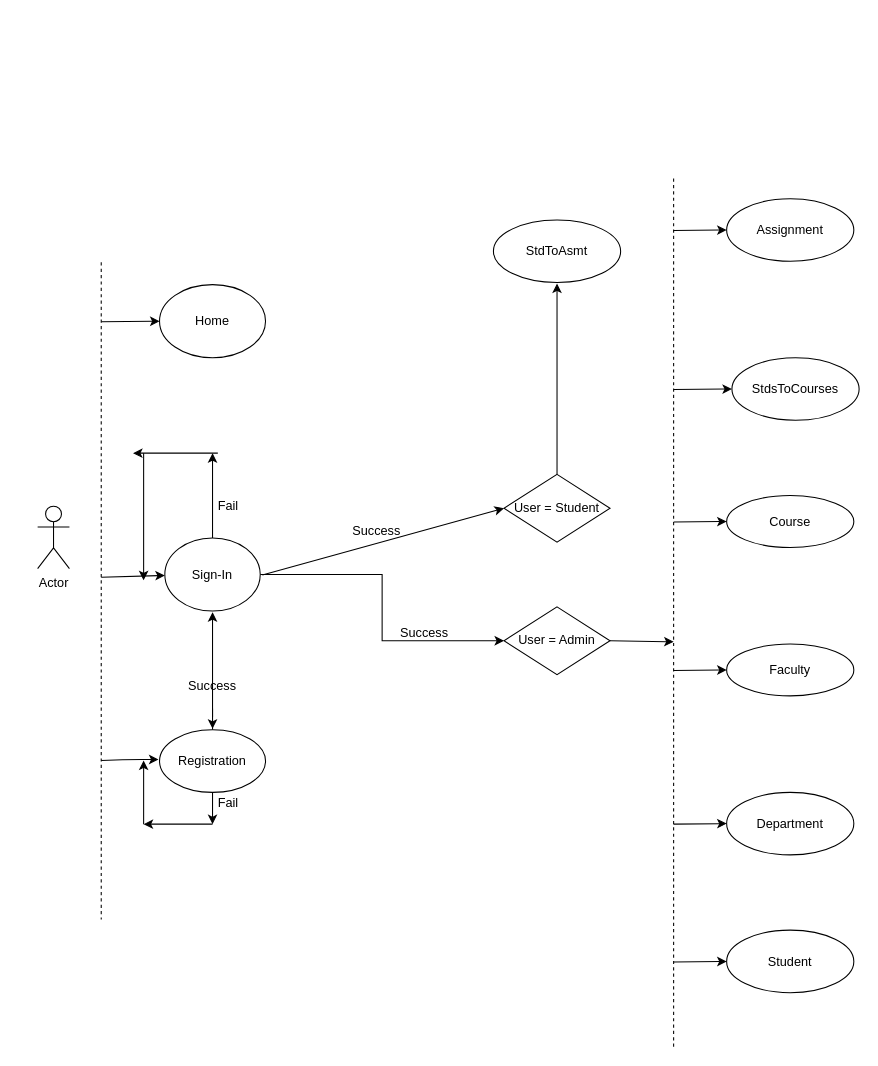
Earlier version of the draw.io diagram Diagrams/System Dia.drawio (chicupatel-developer/University-Admin). Source tidied: cells renumbered, new cells numbered last; positions are measured from the earlier drawing's top-left corner, leaving out a move shared by most shapes. Both pictures are drawn from the tidied source at 106%, with x=0, y=0 at pixel (37, 177).
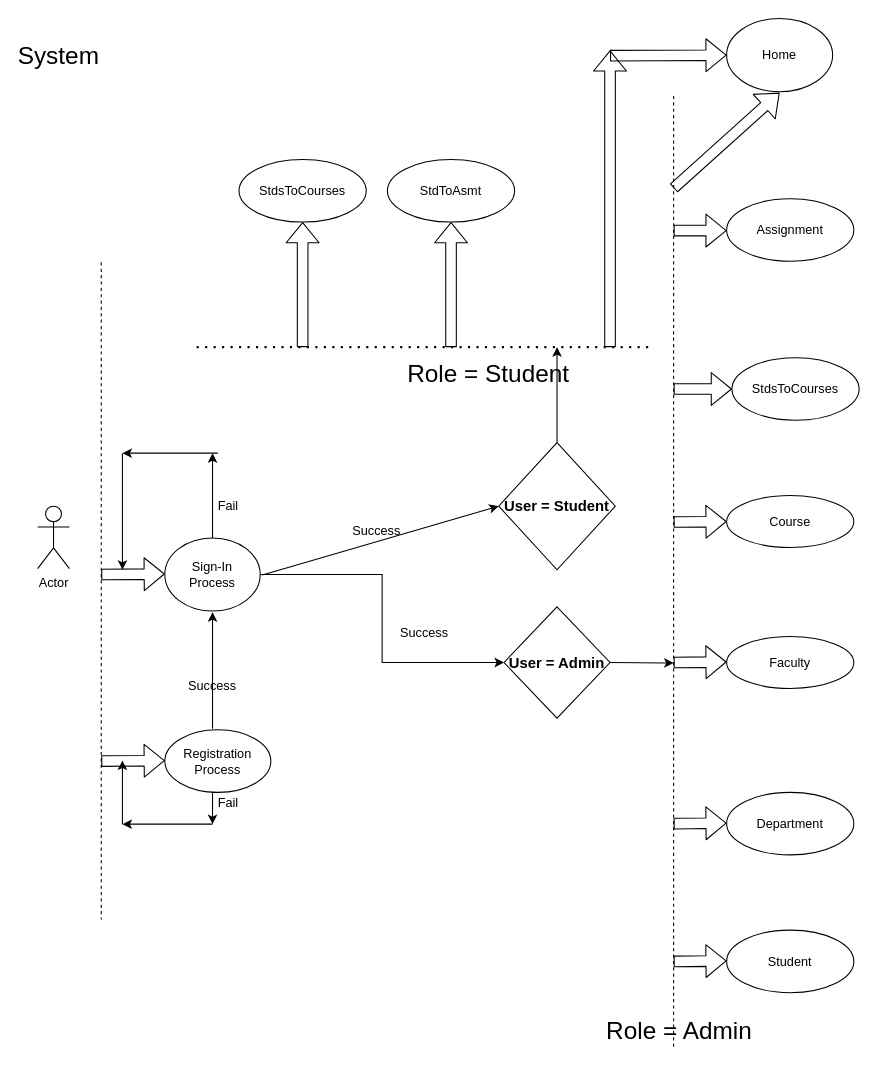
The same diagram, later.

The change refers to these unchanged cells:
```xml
<mxCell id="5" value="Course" style="ellipse;whiteSpace=wrap;html=1;" parent="1" vertex="1">
  <mxGeometry x="650" y="300" width="120" height="49" as="geometry" />
</mxCell>
<mxCell id="6" value="Student" style="ellipse;whiteSpace=wrap;html=1;" parent="1" vertex="1">
  <mxGeometry x="650" y="710" width="120" height="59" as="geometry" />
</mxCell>
<mxCell id="13" value="Department" style="ellipse;whiteSpace=wrap;html=1;" parent="1" vertex="1">
  <mxGeometry x="650" y="580" width="120" height="59" as="geometry" />
</mxCell>
<mxCell id="15" value="Assignment" style="ellipse;whiteSpace=wrap;html=1;" parent="1" vertex="1">
  <mxGeometry x="650" y="20" width="120" height="59" as="geometry" />
</mxCell>
<mxCell id="16" value="StdsToCourses" style="ellipse;whiteSpace=wrap;html=1;" parent="1" vertex="1">
  <mxGeometry x="655" y="170" width="120" height="59" as="geometry" />
</mxCell>
```

What changed in the source:
```diff
@@
-    <mxCell id="3" value="Sign-In" style="ellipse;whiteSpace=wrap;html=1;" parent="1" vertex="1">
+    <mxCell id="3" value="Sign-In&lt;br&gt;Process" style="ellipse;whiteSpace=wrap;html=1;" parent="1" vertex="1">
       <mxGeometry x="120" y="340" width="90" height="69" as="geometry" />
     </mxCell>
     <mxCell id="4" value="Faculty" style="ellipse;whiteSpace=wrap;html=1;" parent="1" vertex="1">
-      <mxGeometry x="650" y="440" width="120" height="49" as="geometry" />
+      <mxGeometry x="650" y="433" width="120" height="49" as="geometry" />
     </mxCell>
@@
-    <mxCell id="7" style="edgeStyle=orthogonalEdgeStyle;rounded=0;jettySize=auto;html=1;" parent="1" edge="1" source="9">
-      <mxGeometry relative="1" as="geometry">
-        <mxPoint x="165" y="520" as="targetPoint" />
-      </mxGeometry>
-    </mxCell>
@@
-    <mxCell id="9" value="Registration" style="ellipse;whiteSpace=wrap;html=1;" parent="1" vertex="1">
-      <mxGeometry x="115" y="521" width="100" height="59" as="geometry" />
+    <mxCell id="9" value="Registration&lt;br&gt;Process" style="ellipse;whiteSpace=wrap;html=1;" parent="1" vertex="1">
+      <mxGeometry x="120" y="521" width="100" height="59" as="geometry" />
     </mxCell>
     <mxCell id="10" value="Home" style="ellipse;whiteSpace=wrap;html=1;" parent="1" vertex="1">
-      <mxGeometry x="115" y="101" width="100" height="69" as="geometry" />
+      <mxGeometry x="650" y="-150" width="100" height="69" as="geometry" />
     </mxCell>
@@
     <mxCell id="12" style="endArrow=none;dashed=1;html=1;" parent="1" edge="1">
       <mxGeometry relative="1" as="geometry">
         <mxPoint x="600" y="820" as="sourcePoint" />
-        <mxPoint x="600" as="targetPoint" />
+        <mxPoint x="600" y="-80" as="targetPoint" />
       </mxGeometry>
     </mxCell>
@@
     <mxCell id="14" value="StdToAsmt" style="ellipse;whiteSpace=wrap;html=1;" parent="1" vertex="1">
-      <mxGeometry x="430" y="40" width="120" height="59" as="geometry" />
+      <mxGeometry x="330" y="-17" width="120" height="59" as="geometry" />
     </mxCell>
@@
-    <mxCell id="17" value="User = Admin" style="rhombus;whiteSpace=wrap;html=1;" parent="1" vertex="1">
-      <mxGeometry x="440" y="405" width="100" height="64" as="geometry" />
+    <mxCell id="17" value="&lt;b&gt;&lt;font style=&quot;font-size: 14px&quot;&gt;User = Admin&lt;/font&gt;&lt;/b&gt;" style="rhombus;whiteSpace=wrap;html=1;" parent="1" vertex="1">
+      <mxGeometry x="440" y="405" width="100" height="105" as="geometry" />
     </mxCell>
-    <mxCell id="18" style="edgeStyle=orthogonalEdgeStyle;rounded=0;jettySize=auto;html=1;exitX=0.5;exitY=0;exitDx=0;exitDy=0;" parent="1" edge="1" source="19">
-      <mxGeometry relative="1" as="geometry">
-        <mxPoint x="490" y="100" as="targetPoint" />
-      </mxGeometry>
-    </mxCell>
+    <mxCell id="43" style="edgeStyle=orthogonalEdgeStyle;rounded=0;jettySize=auto;html=1;fontSize=23;" parent="1" edge="1" source="19">
+      <mxGeometry relative="1" as="geometry">
+        <mxPoint x="490" y="160" as="targetPoint" />
+      </mxGeometry>
+    </mxCell>
-    <mxCell id="19" value="User = Student" style="rhombus;whiteSpace=wrap;html=1;" parent="1" vertex="1">
-      <mxGeometry x="440" y="280" width="100" height="64" as="geometry" />
+    <mxCell id="19" value="&lt;font style=&quot;font-size: 14px&quot;&gt;&lt;b&gt;User = Student&lt;/b&gt;&lt;/font&gt;" style="rhombus;whiteSpace=wrap;html=1;" parent="1" vertex="1">
+      <mxGeometry x="435" y="250" width="110" height="120" as="geometry" />
     </mxCell>
-    <mxCell id="20" style="endArrow=classic;html=1;exitX=1;exitY=0.5;exitDx=0;exitDy=0;" parent="1" edge="1" source="17">
-      <mxGeometry relative="1" as="geometry">
-        <mxPoint x="600" y="438" as="targetPoint" />
-      </mxGeometry>
-    </mxCell>
-    <mxCell id="21" style="endArrow=classic;html=1;entryX=0;entryY=0.5;entryDx=0;entryDy=0;" parent="1" edge="1" target="15">
-      <mxGeometry relative="1" as="geometry">
-        <mxPoint x="600" y="50" as="sourcePoint" />
-      </mxGeometry>
-    </mxCell>
-    <mxCell id="22" style="endArrow=classic;html=1;entryX=0;entryY=0.5;entryDx=0;entryDy=0;" parent="1" edge="1" target="16">
-      <mxGeometry relative="1" as="geometry">
-        <mxPoint x="600" y="200" as="sourcePoint" />
-      </mxGeometry>
-    </mxCell>
-    <mxCell id="23" style="endArrow=classic;html=1;entryX=0;entryY=0.5;entryDx=0;entryDy=0;" parent="1" edge="1" target="5">
-      <mxGeometry relative="1" as="geometry">
-        <mxPoint x="600" y="325" as="sourcePoint" />
-      </mxGeometry>
-    </mxCell>
-    <mxCell id="24" style="endArrow=classic;html=1;entryX=0;entryY=0.5;entryDx=0;entryDy=0;" parent="1" edge="1" target="4">
-      <mxGeometry relative="1" as="geometry">
-        <mxPoint x="600" y="465" as="sourcePoint" />
-      </mxGeometry>
-    </mxCell>
-    <mxCell id="25" style="endArrow=classic;html=1;entryX=0;entryY=0.5;entryDx=0;entryDy=0;" parent="1" edge="1" target="13">
-      <mxGeometry relative="1" as="geometry">
-        <mxPoint x="600" y="610" as="sourcePoint" />
-      </mxGeometry>
-    </mxCell>
-    <mxCell id="26" style="endArrow=classic;html=1;entryX=0;entryY=0.5;entryDx=0;entryDy=0;" parent="1" edge="1" target="6">
-      <mxGeometry relative="1" as="geometry">
-        <mxPoint x="600" y="740" as="sourcePoint" />
-      </mxGeometry>
-    </mxCell>
@@
-    <mxCell id="28" style="endArrow=classic;html=1;entryX=0;entryY=0.5;entryDx=0;entryDy=0;" parent="1" edge="1" target="10">
-      <mxGeometry relative="1" as="geometry">
-        <mxPoint x="60" y="136" as="sourcePoint" />
-      </mxGeometry>
-    </mxCell>
-    <mxCell id="29" style="endArrow=classic;html=1;" parent="1" edge="1" target="3">
-      <mxGeometry relative="1" as="geometry">
-        <mxPoint x="60" y="377" as="sourcePoint" />
-      </mxGeometry>
-    </mxCell>
@@
     <mxCell id="31" style="endArrow=classic;html=1;" parent="1" edge="1">
       <mxGeometry relative="1" as="geometry">
-        <mxPoint x="165" y="509" as="sourcePoint" />
+        <mxPoint x="165" y="520" as="sourcePoint" />
         <mxPoint x="165" y="410" as="targetPoint" />
       </mxGeometry>
     </mxCell>
-    <mxCell id="32" style="endArrow=classic;html=1;" parent="1" edge="1">
-      <mxGeometry relative="1" as="geometry">
-        <mxPoint x="60" y="550" as="sourcePoint" />
-        <mxPoint x="114" y="549" as="targetPoint" />
-        <Array as="points">
-          <mxPoint x="90" y="549" />
-        </Array>
-      </mxGeometry>
-    </mxCell>
@@
-    <mxCell id="38" style="endArrow=classic;html=1;" parent="1" edge="1">
-      <mxGeometry relative="1" as="geometry">
-        <mxPoint x="170" y="260" as="sourcePoint" />
-        <mxPoint x="90" y="260" as="targetPoint" />
-      </mxGeometry>
-    </mxCell>
-    <mxCell id="39" style="endArrow=classic;html=1;" parent="1" edge="1">
-      <mxGeometry relative="1" as="geometry">
-        <mxPoint x="100" y="260" as="sourcePoint" />
-        <mxPoint x="100" y="380" as="targetPoint" />
-      </mxGeometry>
-    </mxCell>
@@
-    <mxCell id="41" style="endArrow=classic;html=1;" parent="1" edge="1">
-      <mxGeometry relative="1" as="geometry">
-        <mxPoint x="100" y="610" as="sourcePoint" />
-        <mxPoint x="100" y="550" as="targetPoint" />
-      </mxGeometry>
-    </mxCell>
     <mxCell id="42" style="endArrow=classic;html=1;" parent="1" edge="1">
       <mxGeometry relative="1" as="geometry">
         <mxPoint x="165" y="610" as="sourcePoint" />
-        <mxPoint x="100" y="610" as="targetPoint" />
+        <mxPoint x="80" y="610" as="targetPoint" />
       </mxGeometry>
     </mxCell>
+    <mxCell id="44" style="shape=flexArrow;endArrow=classic;html=1;fontSize=23;entryX=0;entryY=0.5;entryDx=0;entryDy=0;" parent="1" edge="1">
+      <mxGeometry relative="1" as="geometry">
+        <mxPoint x="60" y="374.5" as="sourcePoint" />
+        <mxPoint x="120" y="374" as="targetPoint" />
+      </mxGeometry>
+    </mxCell>
+    <mxCell id="45" style="endArrow=classic;html=1;fontSize=23;" parent="1" edge="1">
+      <mxGeometry relative="1" as="geometry">
+        <mxPoint x="170" y="260" as="sourcePoint" />
+        <mxPoint x="80" y="260" as="targetPoint" />
+      </mxGeometry>
+    </mxCell>
+    <mxCell id="46" style="endArrow=classic;html=1;fontSize=23;" parent="1" edge="1">
+      <mxGeometry relative="1" as="geometry">
+        <mxPoint x="80" y="260" as="sourcePoint" />
+        <mxPoint x="80" y="370" as="targetPoint" />
+      </mxGeometry>
+    </mxCell>
+    <mxCell id="47" style="shape=flexArrow;endArrow=classic;html=1;fontSize=23;entryX=0;entryY=0.5;entryDx=0;entryDy=0;" parent="1" edge="1">
+      <mxGeometry relative="1" as="geometry">
+        <mxPoint x="60" y="550.5" as="sourcePoint" />
+        <mxPoint x="120" y="550" as="targetPoint" />
+      </mxGeometry>
+    </mxCell>
+    <mxCell id="48" style="endArrow=classic;html=1;fontSize=23;" parent="1" edge="1">
+      <mxGeometry relative="1" as="geometry">
+        <mxPoint x="80" y="610" as="sourcePoint" />
+        <mxPoint x="80" y="550" as="targetPoint" />
+      </mxGeometry>
+    </mxCell>
+    <mxCell id="49" style="shape=flexArrow;endArrow=classic;html=1;fontSize=23;" parent="1" edge="1">
+      <mxGeometry relative="1" as="geometry">
+        <mxPoint x="600" y="50" as="sourcePoint" />
+        <mxPoint x="650" y="50" as="targetPoint" />
+      </mxGeometry>
+    </mxCell>
+    <mxCell id="50" style="shape=flexArrow;endArrow=classic;html=1;fontSize=23;entryX=0;entryY=0.5;entryDx=0;entryDy=0;" parent="1" edge="1" target="16">
+      <mxGeometry relative="1" as="geometry">
+        <mxPoint x="600" y="199.5" as="sourcePoint" />
+      </mxGeometry>
+    </mxCell>
+    <mxCell id="51" style="shape=flexArrow;endArrow=classic;html=1;fontSize=23;entryX=0;entryY=0.5;entryDx=0;entryDy=0;" parent="1" edge="1" target="5">
+      <mxGeometry relative="1" as="geometry">
+        <mxPoint x="600" y="325" as="sourcePoint" />
+      </mxGeometry>
+    </mxCell>
+    <mxCell id="52" style="shape=flexArrow;endArrow=classic;html=1;fontSize=23;" parent="1" edge="1">
+      <mxGeometry relative="1" as="geometry">
+        <mxPoint x="600" y="457.5" as="sourcePoint" />
+        <mxPoint x="650" y="457" as="targetPoint" />
+      </mxGeometry>
+    </mxCell>
+    <mxCell id="53" style="shape=flexArrow;endArrow=classic;html=1;fontSize=23;" parent="1" edge="1">
+      <mxGeometry relative="1" as="geometry">
+        <mxPoint x="600" y="609.5" as="sourcePoint" />
+        <mxPoint x="650" y="609" as="targetPoint" />
+      </mxGeometry>
+    </mxCell>
+    <mxCell id="54" style="shape=flexArrow;endArrow=classic;html=1;fontSize=23;" parent="1" edge="1">
+      <mxGeometry relative="1" as="geometry">
+        <mxPoint x="600" y="739.5" as="sourcePoint" />
+        <mxPoint x="650" y="739" as="targetPoint" />
+      </mxGeometry>
+    </mxCell>
+    <mxCell id="55" style="endArrow=none;dashed=1;html=1;dashPattern=1 3;strokeWidth=2;fontSize=23;" parent="1" edge="1">
+      <mxGeometry relative="1" as="geometry">
+        <mxPoint x="150" y="160" as="sourcePoint" />
+        <mxPoint x="580" y="160" as="targetPoint" />
+      </mxGeometry>
+    </mxCell>
+    <mxCell id="56" value="StdsToCourses" style="ellipse;whiteSpace=wrap;html=1;" parent="1" vertex="1">
+      <mxGeometry x="190" y="-17" width="120" height="59" as="geometry" />
+    </mxCell>
+    <mxCell id="57" style="shape=flexArrow;endArrow=classic;html=1;fontSize=23;entryX=0.5;entryY=1;entryDx=0;entryDy=0;" parent="1" edge="1" target="14">
+      <mxGeometry relative="1" as="geometry">
+        <mxPoint x="390" y="160" as="sourcePoint" />
+      </mxGeometry>
+    </mxCell>
+    <mxCell id="58" style="shape=flexArrow;endArrow=classic;html=1;fontSize=23;entryX=0.5;entryY=1;entryDx=0;entryDy=0;" parent="1" edge="1" target="56">
+      <mxGeometry relative="1" as="geometry">
+        <mxPoint x="250" y="160" as="sourcePoint" />
+      </mxGeometry>
+    </mxCell>
+    <mxCell id="59" style="endArrow=classic;html=1;fontSize=23;exitX=1;exitY=0.5;exitDx=0;exitDy=0;" parent="1" edge="1" source="17">
+      <mxGeometry relative="1" as="geometry">
+        <mxPoint x="600" y="458" as="targetPoint" />
+      </mxGeometry>
+    </mxCell>
+    <mxCell id="60" style="shape=flexArrow;endArrow=classic;html=1;fontSize=23;" parent="1" edge="1">
+      <mxGeometry relative="1" as="geometry">
+        <mxPoint x="600" y="10" as="sourcePoint" />
+        <mxPoint x="700" y="-80" as="targetPoint" />
+      </mxGeometry>
+    </mxCell>
+    <mxCell id="61" style="shape=flexArrow;endArrow=classic;html=1;fontSize=23;entryX=0;entryY=0.5;entryDx=0;entryDy=0;" parent="1" edge="1" target="10">
+      <mxGeometry relative="1" as="geometry">
+        <mxPoint x="540" y="-115" as="sourcePoint" />
+      </mxGeometry>
+    </mxCell>
+    <mxCell id="62" style="shape=flexArrow;endArrow=classic;html=1;fontSize=23;" parent="1" edge="1">
+      <mxGeometry relative="1" as="geometry">
+        <mxPoint x="540" y="160" as="sourcePoint" />
+        <mxPoint x="540" y="-120" as="targetPoint" />
+      </mxGeometry>
+    </mxCell>
+    <mxCell id="63" value="Role = Student" style="text;html=1;align=center;verticalAlign=middle;strokeColor=none;fontSize=23;" parent="1" vertex="1">
+      <mxGeometry x="340" y="170" width="170" height="30" as="geometry" />
+    </mxCell>
+    <mxCell id="64" value="Role = Admin" style="text;html=1;align=center;verticalAlign=middle;strokeColor=none;fontSize=23;" parent="1" vertex="1">
+      <mxGeometry x="530" y="790" width="150" height="30" as="geometry" />
+    </mxCell>
+    <mxCell id="65" value="System" style="text;html=1;strokeColor=none;fillColor=none;align=center;verticalAlign=middle;whiteSpace=wrap;rounded=0;fontSize=23;" parent="1" vertex="1">
+      <mxGeometry y="-125.5" width="40" height="20" as="geometry" />
+    </mxCell>
```
